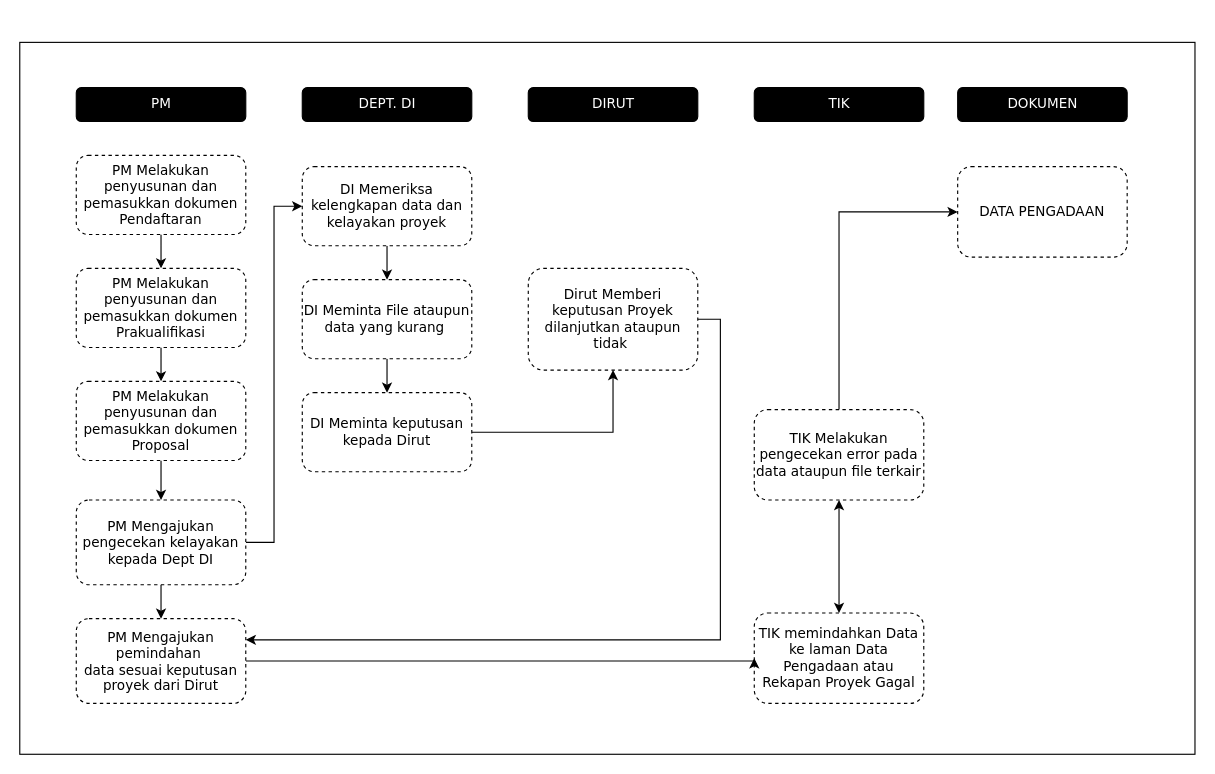
Tian7877/Hanoi_Tower keeps this draw.io diagram as Pro_DataPengadaan.drawio. Above is the earlier version. Source tidied: cells renumbered, new cells numbered last; positions are measured from the earlier drawing's top-left corner, leaving out a move shared by most shapes. Both pictures are drawn from the tidied source at 113%, with x=0, y=0 at pixel (19, 42).
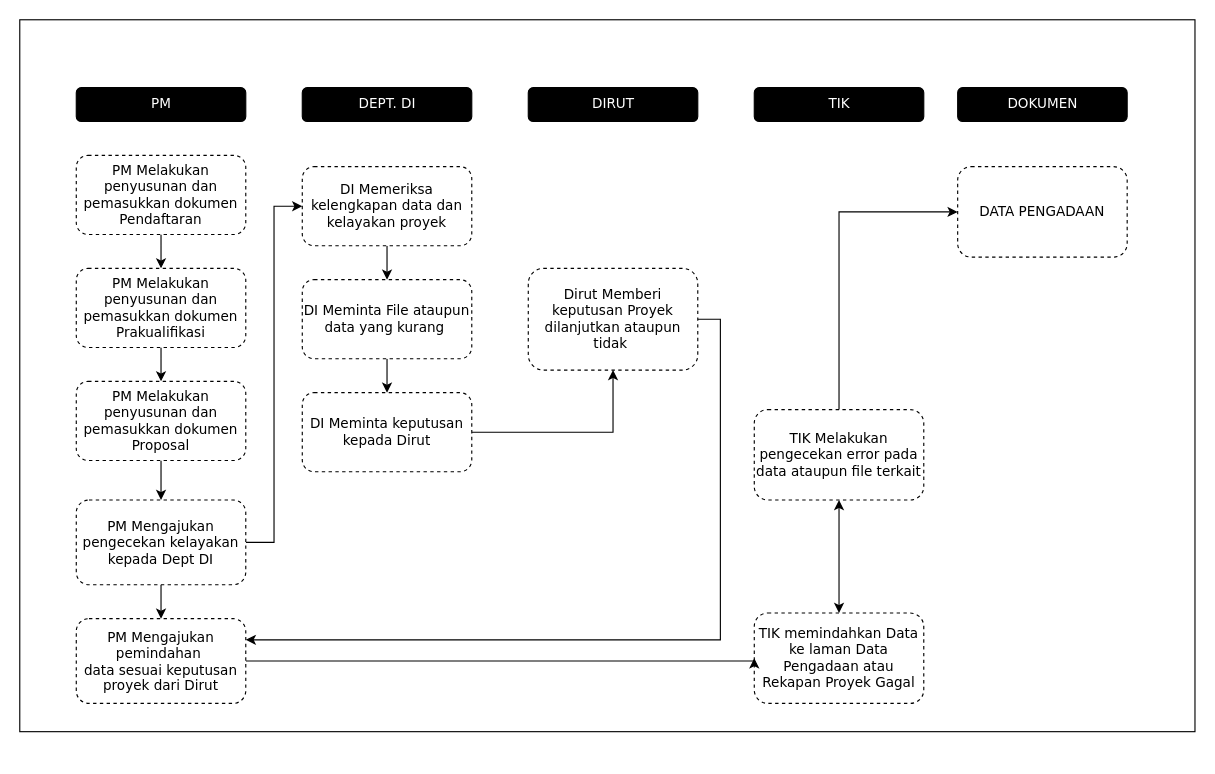
Above is the later version.

Diff of the diagram source:
```diff
@@
-    <mxCell id="20" value="&lt;font face=&quot;Verdana&quot;&gt;TIK Melakukan pengecekan error pada data ataupun file terkair&lt;/font&gt;" style="rounded=1;whiteSpace=wrap;html=1;dashed=1;" parent="1" vertex="1">
+    <mxCell id="20" value="&lt;font face=&quot;Verdana&quot;&gt;TIK Melakukan pengecekan error pada data ataupun file terkait&lt;/font&gt;" style="rounded=1;whiteSpace=wrap;html=1;dashed=1;" parent="1" vertex="1">
       <mxGeometry x="650" y="325" width="150" height="80" as="geometry" />
     </mxCell>
@@
     <mxCell id="32" style="rounded=0;whiteSpace=wrap;html=1;fillColor=none;" parent="1" vertex="1">
-      <mxGeometry width="1040" height="630" as="geometry" />
+      <mxGeometry y="-20" width="1040" height="630" as="geometry" />
     </mxCell>
```
